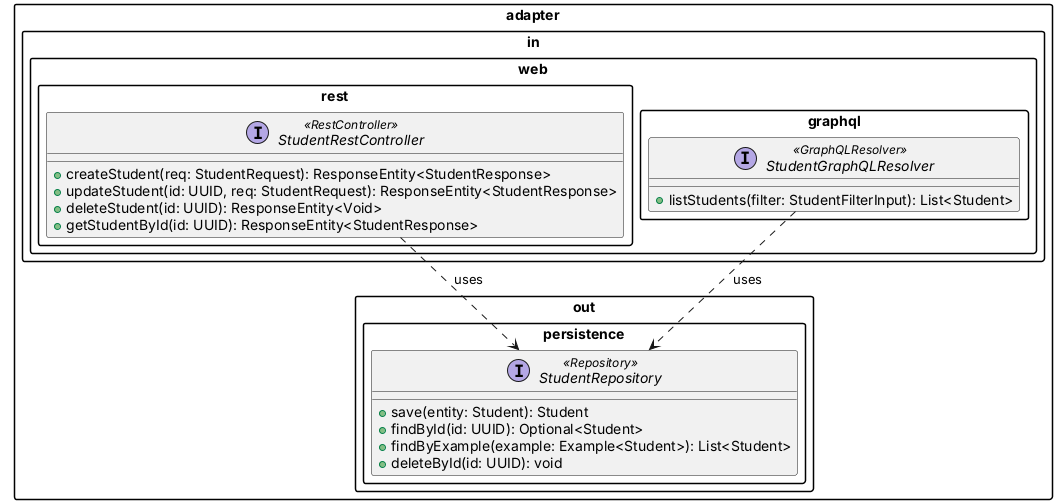
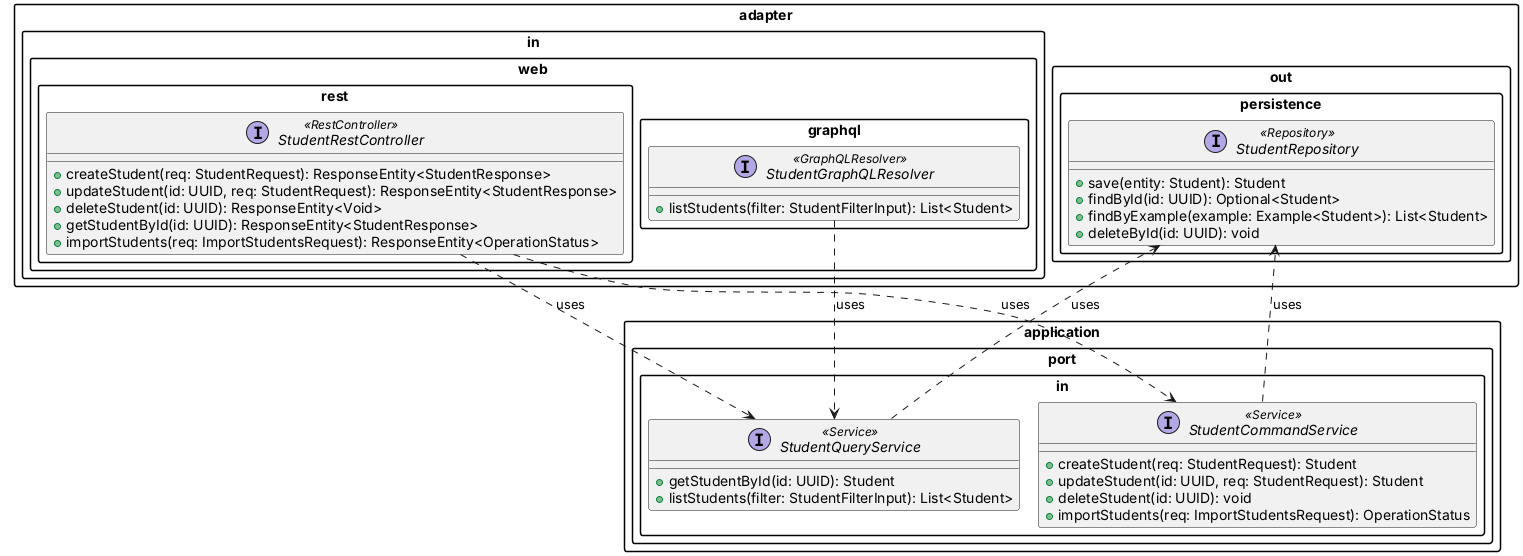
@startuml student_contract

!pragma layout smetana
skinparam packageStyle rectangle
skinparam defaultFontName Inter

package "adapter.in.web.rest" {
  interface "StudentRestController" <<RestController>> {
+     ' --- Mutations ---
    + createStudent(req: StudentRequest): ResponseEntity<StudentResponse>
    + updateStudent(id: UUID, req: StudentRequest): ResponseEntity<StudentResponse>
    + deleteStudent(id: UUID): ResponseEntity<Void>
+     ' --- Single-resource Query ---
    + getStudentById(id: UUID): ResponseEntity<StudentResponse>
+     ' --- Custom Actions ---
+     + importStudents(req: ImportStudentsRequest): ResponseEntity<OperationStatus>
  }
}

package "adapter.in.web.graphql" {
  interface "StudentGraphQLResolver" <<GraphQLResolver>> {
+     ' --- Collection / Filtered Queries ---
+     + listStudents(filter: StudentFilterInput): List<Student>
+   }
+ }
+ 
+ package "application.port.in" {
+   interface "StudentCommandService" <<Service>> {
+     + createStudent(req: StudentRequest): Student
+     + updateStudent(id: UUID, req: StudentRequest): Student
+     + deleteStudent(id: UUID): void
+     + importStudents(req: ImportStudentsRequest): OperationStatus
+   }
+ 
+   interface "StudentQueryService" <<Service>> {
+     + getStudentById(id: UUID): Student
    + listStudents(filter: StudentFilterInput): List<Student>
  }
}

package "adapter.out.persistence" {
  interface "StudentRepository" <<Repository>> {
    + save(entity: Student): Student
    + findById(id: UUID): Optional<Student>
    + findByExample(example: Example<Student>): List<Student>
    + deleteById(id: UUID): void
  }
}

' === Dependency Arrows ===
- "StudentRestController"  ..> "StudentRepository" : uses
- "StudentGraphQLResolver" ..> "StudentRepository" : uses
+ "StudentRestController"   ..> "StudentCommandService" : uses
+ "StudentRestController"   ..> "StudentQueryService"   : uses
+ "StudentGraphQLResolver"  ..> "StudentQueryService"   : uses
+ "StudentCommandService"   ..> "StudentRepository"     : uses
+ "StudentQueryService"     ..> "StudentRepository"     : uses

@enduml
